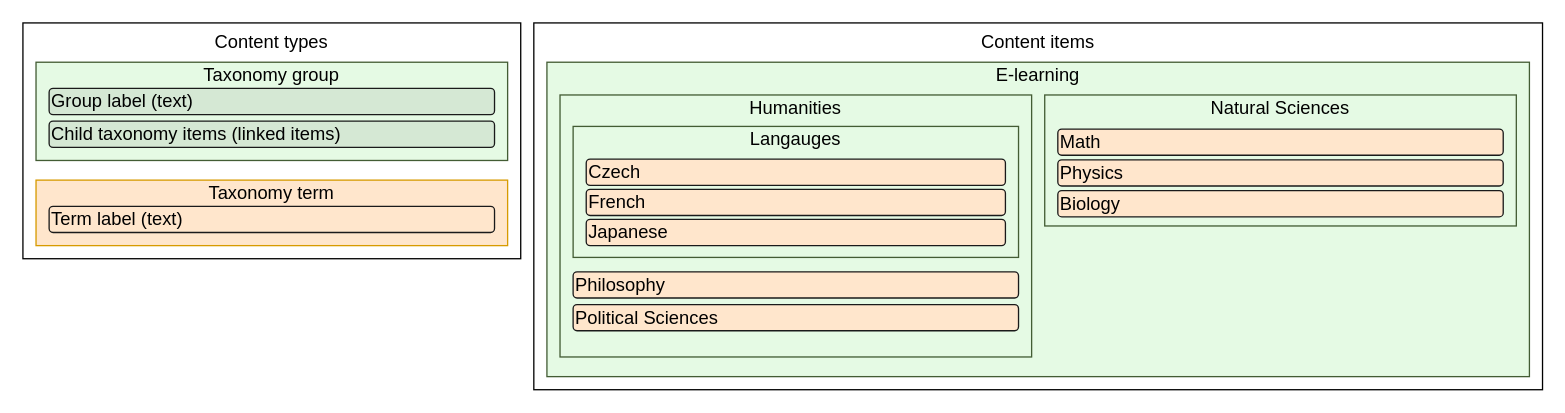
Kontent-ai-Learn/kontent-ai-learn-diagrams keeps this draw.io diagram as content_modeling/taxonomies/taxonomy_-_linked-items-content-model.drawio. Above is the earlier version. Source tidied: cells renumbered, new cells numbered last; positions are measured from the earlier drawing's top-left corner, leaving out a move shared by most shapes. Both pictures are drawn from the tidied source at 131%, with x=0, y=0 at pixel (22, 22).
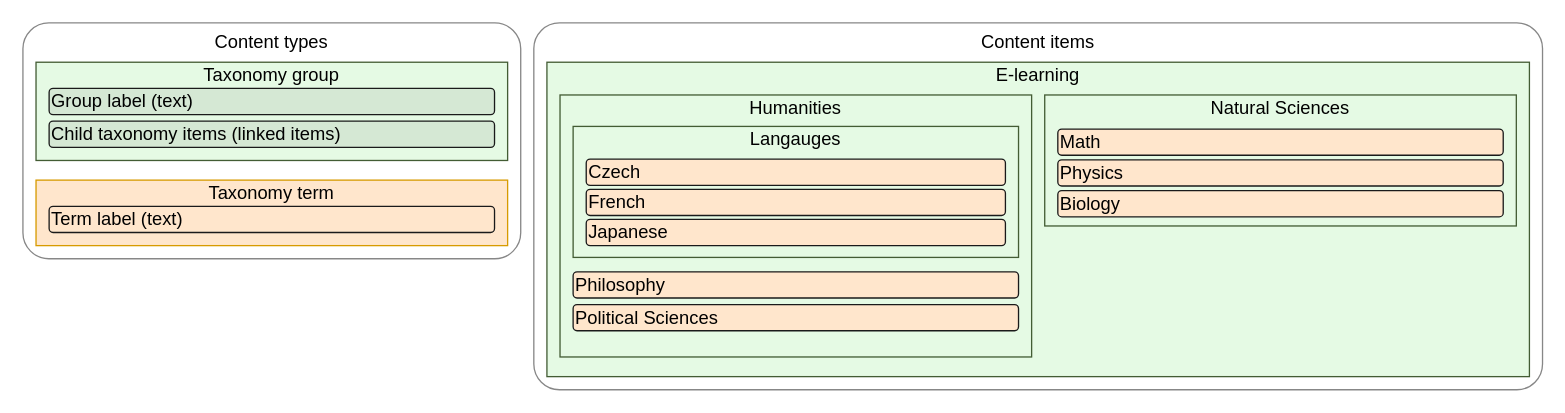
After the change.

Commit message:
adjusted visual style

Change to the diagram source:
```diff
@@
-    <mxCell id="2" value="Content items" style="rounded=0;whiteSpace=wrap;html=1;fontFamily=GT Walsheim Pro;verticalAlign=top;fontSize=14;" parent="1" vertex="1">
+    <mxCell id="2" value="Content items" style="rounded=1;whiteSpace=wrap;html=1;fontFamily=GT Walsheim Pro;verticalAlign=top;fontSize=14;glass=0;shadow=0;sketch=0;perimeterSpacing=0;arcSize=7;strokeColor=#878787;" parent="1" vertex="1">
       <mxGeometry x="390" width="770" height="280" as="geometry" />
     </mxCell>
@@
-    <mxCell id="4" value="Content types" style="rounded=0;whiteSpace=wrap;html=1;fontFamily=GT Walsheim Pro;verticalAlign=top;fontSize=14;" parent="1" vertex="1">
+    <mxCell id="4" value="Content types" style="rounded=1;whiteSpace=wrap;html=1;fontFamily=GT Walsheim Pro;verticalAlign=top;fontSize=14;arcSize=11;strokeColor=#878787;" parent="1" vertex="1">
       <mxGeometry width="380" height="180" as="geometry" />
     </mxCell>
```
